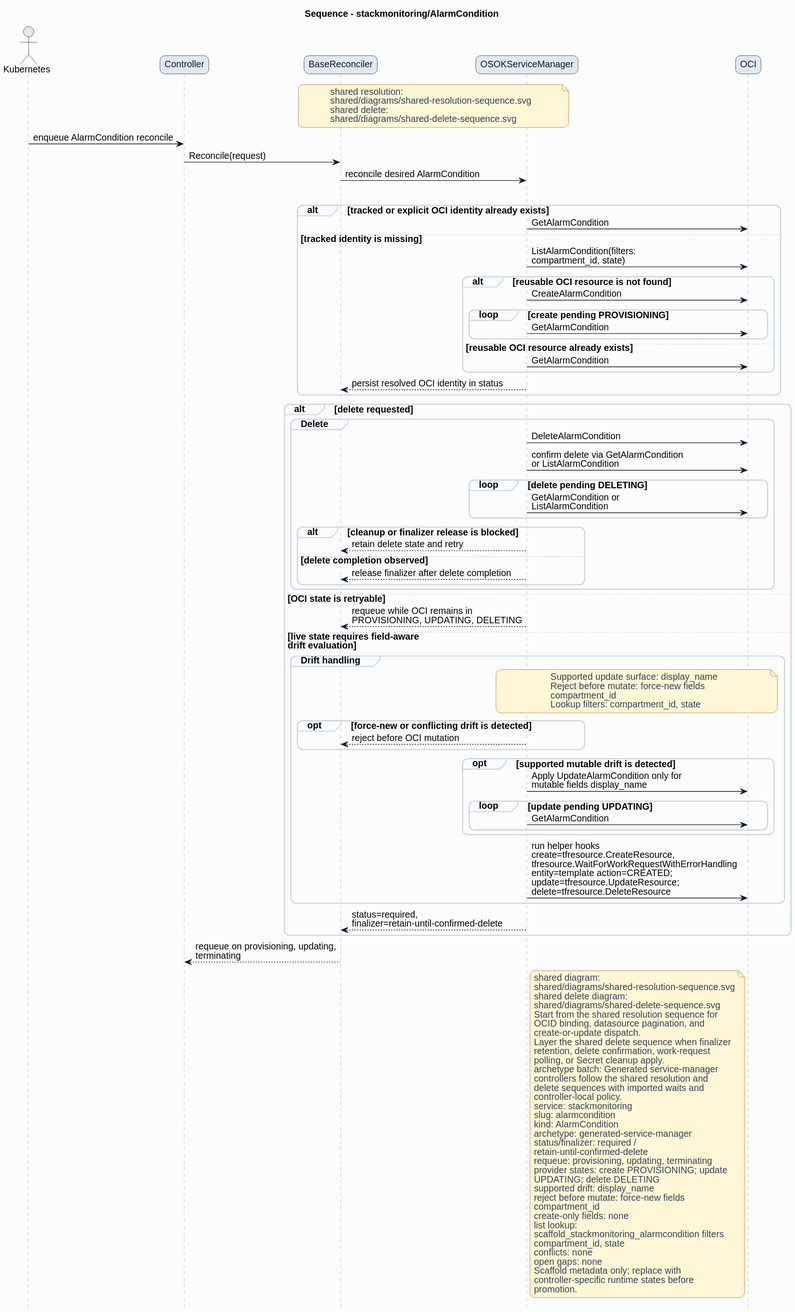
The PlantUML diagram formal/controllers/stackmonitoring/alarmcondition/diagrams/sequence.svg in HaoyL666/oci-service-operator, before a commit.
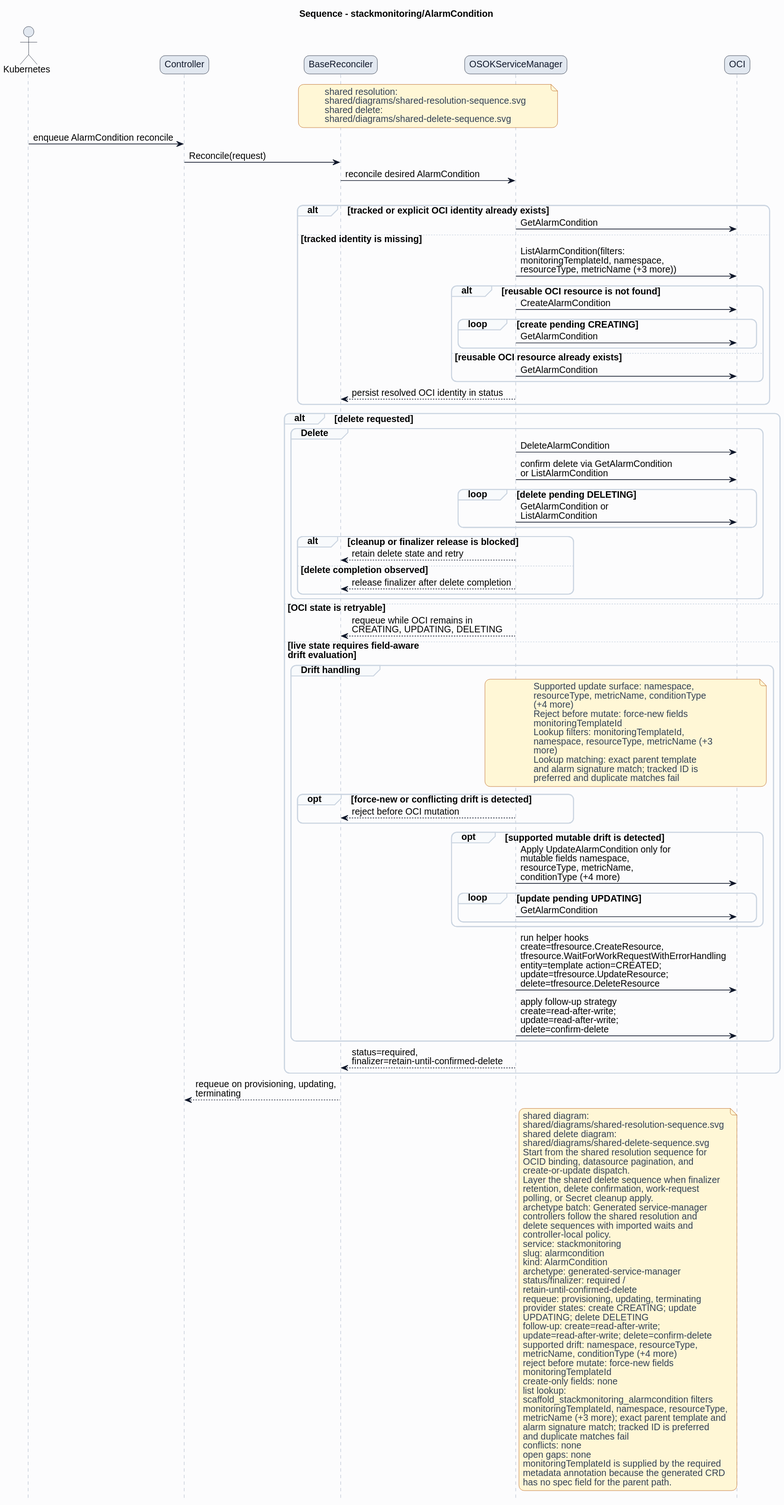
Later version of the same file.

Change to the diagram source:
```diff
@@ -38,10 +38,10 @@
 alt tracked or explicit OCI identity already exists
 ServiceManager -> OCI: GetAlarmCondition
 else tracked identity is missing
-ServiceManager -> OCI: ListAlarmCondition(filters:\ncompartment_id, state)
+ServiceManager -> OCI: ListAlarmCondition(filters:\nmonitoringTemplateId, namespace,\nresourceType, metricName (+3 more))
 alt reusable OCI resource is not found
 ServiceManager -> OCI: CreateAlarmCondition
-loop create pending PROVISIONING
+loop create pending CREATING
 ServiceManager -> OCI: GetAlarmCondition
 end
 else reusable OCI resource already exists
@@ -63,25 +63,33 @@
 end
 end
 else OCI state is retryable
-ServiceManager --> BaseReconciler: requeue while OCI remains in\nPROVISIONING, UPDATING, DELETING
+ServiceManager --> BaseReconciler: requeue while OCI remains in\nCREATING, UPDATING, DELETING
 else live state requires field-aware\ndrift evaluation
 group Drift handling
 note over ServiceManager,OCI
-Supported update surface: display_name
+Supported update surface: namespace,
+resourceType, metricName, conditionType
+(+4 more)
 Reject before mutate: force-new fields
-compartment_id
-Lookup filters: compartment_id, state
+monitoringTemplateId
+Lookup filters: monitoringTemplateId,
+namespace, resourceType, metricName (+3
+more)
+Lookup matching: exact parent template
+and alarm signature match; tracked ID is
+preferred and duplicate matches fail
 end note
 opt force-new or conflicting drift is detected
 ServiceManager --> BaseReconciler: reject before OCI mutation
 end
 opt supported mutable drift is detected
-ServiceManager -> OCI: Apply UpdateAlarmCondition only for\nmutable fields display_name
+ServiceManager -> OCI: Apply UpdateAlarmCondition only for\nmutable fields namespace,\nresourceType, metricName,\nconditionType (+4 more)
 loop update pending UPDATING
 ServiceManager -> OCI: GetAlarmCondition
 end
 end
 ServiceManager -> OCI: run helper hooks\ncreate=tfresource.CreateResource,\ntfresource.WaitForWorkRequestWithErrorHandling\nentity=template action=CREATED;\nupdate=tfresource.UpdateResource;\ndelete=tfresource.DeleteResource
+ServiceManager -> OCI: apply follow-up strategy\ncreate=read-after-write;\nupdate=read-after-write;\ndelete=confirm-delete
 end
 ServiceManager --> BaseReconciler: status=required,\nfinalizer=retain-until-confirmed-delete
 end
@@ -108,19 +116,25 @@
 status/finalizer: required /
 retain-until-confirmed-delete
 requeue: provisioning, updating, terminating
-provider states: create PROVISIONING; update
+provider states: create CREATING; update
 UPDATING; delete DELETING
-supported drift: display_name
+follow-up: create=read-after-write;
+update=read-after-write; delete=confirm-delete
+supported drift: namespace, resourceType,
+metricName, conditionType (+4 more)
 reject before mutate: force-new fields
-compartment_id
+monitoringTemplateId
 create-only fields: none
 list lookup:
 scaffold_stackmonitoring_alarmcondition filters
-compartment_id, state
+monitoringTemplateId, namespace, resourceType,
+metricName (+3 more); exact parent template and
+alarm signature match; tracked ID is preferred
+and duplicate matches fail
 conflicts: none
 open gaps: none
-Scaffold metadata only; replace with
-controller-specific runtime states before
-promotion.
+monitoringTemplateId is supplied by the required
+metadata annotation because the generated CRD
+has no spec field for the parent path.
 end note
 @enduml
```
